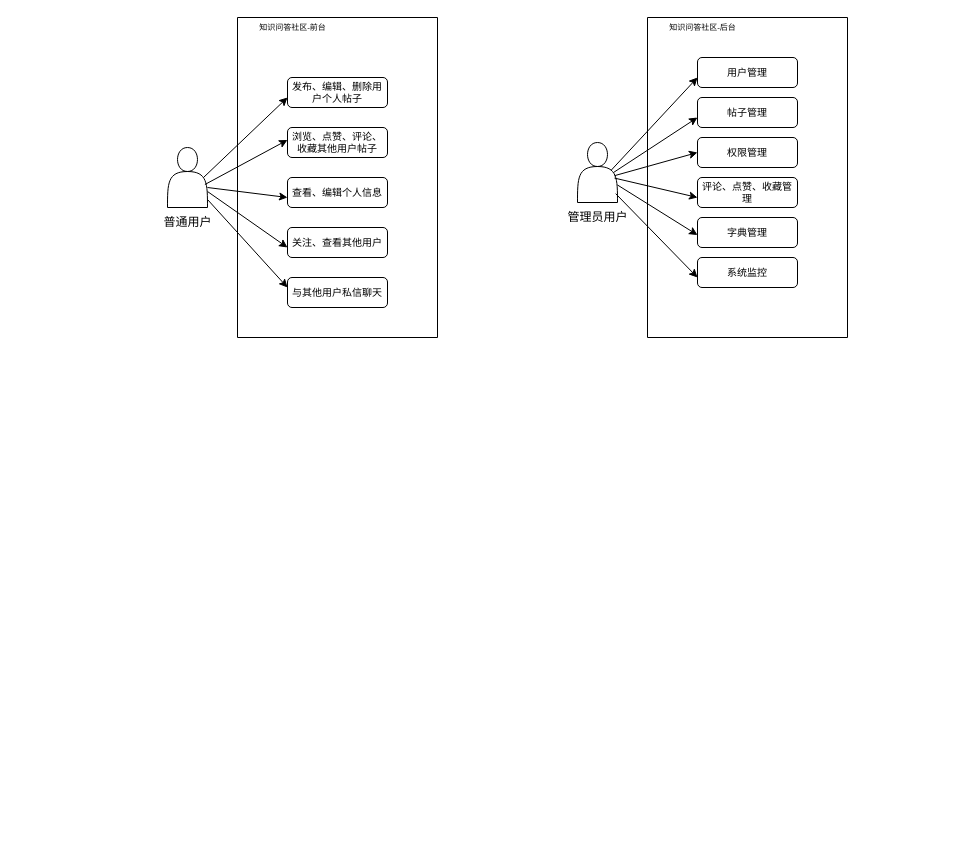
Earlier version of the draw.io diagram 未命名绘图.drawio (linXiao01/img). Source tidied: cells renumbered, new cells numbered last; positions are measured from the earlier drawing's top-left corner, leaving out a move shared by most shapes. Both pictures are drawn from the tidied source at 100%, with x=0, y=0 at pixel (152, 17).
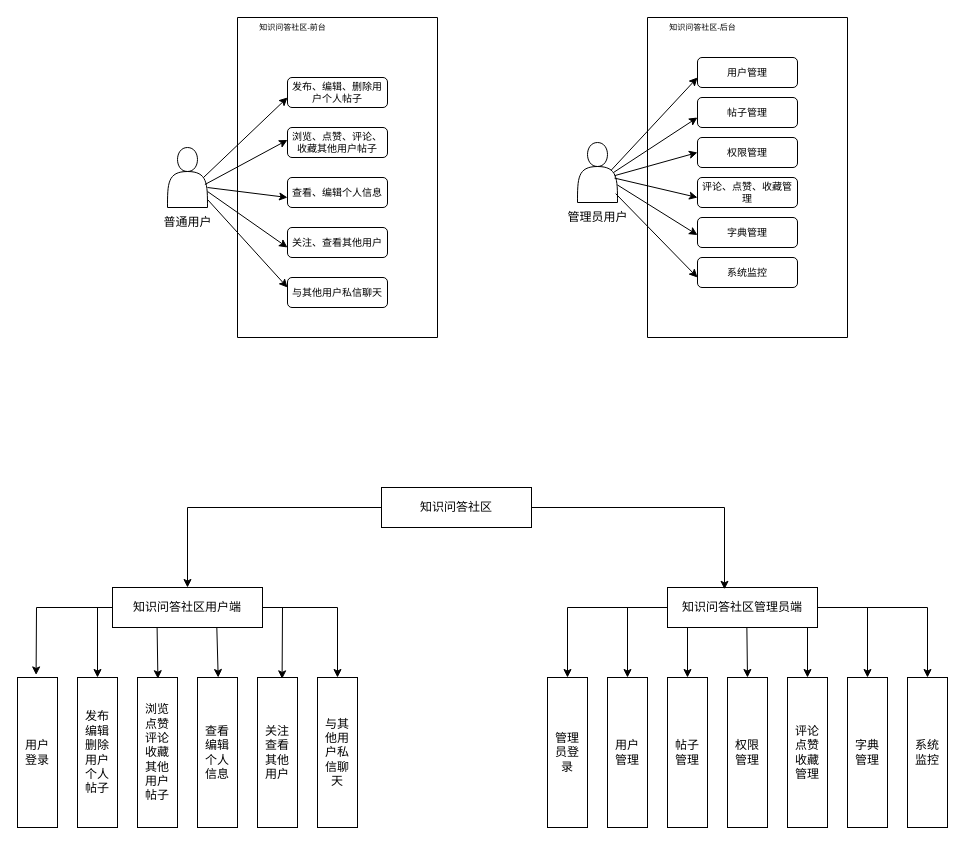
After the change.

What changed in the source:
```diff
@@
+    <mxCell id="33" value="知识问答社区" style="rounded=0;whiteSpace=wrap;html=1;" parent="1" vertex="1">
+      <mxGeometry x="229" y="470" width="150" height="40" as="geometry" />
+    </mxCell>
+    <mxCell id="34" style="edgeStyle=none;rounded=0;orthogonalLoop=1;jettySize=auto;html=1;entryX=0.5;entryY=0;entryDx=0;entryDy=0;exitX=0.691;exitY=0.985;exitDx=0;exitDy=0;exitPerimeter=0;" parent="1" edge="1">
+      <mxGeometry relative="1" as="geometry">
+        <mxPoint x="64.3" y="609.4" as="sourcePoint" />
+        <mxPoint x="65.7" y="660" as="targetPoint" />
+      </mxGeometry>
+    </mxCell>
+    <mxCell id="35" value="知识问答社区用户端" style="rounded=0;whiteSpace=wrap;html=1;" parent="1" vertex="1">
+      <mxGeometry x="-40" y="570" width="150" height="40" as="geometry" />
+    </mxCell>
+    <mxCell id="36" style="edgeStyle=none;rounded=0;jettySize=auto;html=1;entryX=0.5;entryY=0;entryDx=0;entryDy=0;" parent="1" edge="1" source="42" target="55">
+      <mxGeometry relative="1" as="geometry">
+        <Array as="points">
+          <mxPoint x="415" y="590" />
+        </Array>
+      </mxGeometry>
+    </mxCell>
+    <mxCell id="37" style="edgeStyle=none;rounded=0;jettySize=auto;html=1;entryX=0.5;entryY=0;entryDx=0;entryDy=0;" parent="1" edge="1" source="42" target="48">
+      <mxGeometry relative="1" as="geometry">
+        <Array as="points">
+          <mxPoint x="475" y="590" />
+        </Array>
+      </mxGeometry>
+    </mxCell>
+    <mxCell id="38" style="edgeStyle=none;rounded=0;jettySize=auto;html=1;entryX=0.5;entryY=0;entryDx=0;entryDy=0;exitX=0.529;exitY=0.965;exitDx=0;exitDy=0;exitPerimeter=0;" parent="1" edge="1" source="42" target="52">
+      <mxGeometry relative="1" as="geometry" />
+    </mxCell>
+    <mxCell id="39" style="edgeStyle=none;rounded=0;jettySize=auto;html=1;entryX=0.5;entryY=0;entryDx=0;entryDy=0;" parent="1" edge="1" source="42" target="51">
+      <mxGeometry relative="1" as="geometry">
+        <Array as="points">
+          <mxPoint x="655" y="610" />
+        </Array>
+      </mxGeometry>
+    </mxCell>
+    <mxCell id="40" style="edgeStyle=none;rounded=0;jettySize=auto;html=1;entryX=0.5;entryY=0;entryDx=0;entryDy=0;" parent="1" edge="1" source="42" target="50">
+      <mxGeometry relative="1" as="geometry">
+        <Array as="points">
+          <mxPoint x="715" y="590" />
+        </Array>
+      </mxGeometry>
+    </mxCell>
+    <mxCell id="41" style="edgeStyle=none;rounded=0;jettySize=auto;html=1;entryX=0.5;entryY=0;entryDx=0;entryDy=0;" parent="1" edge="1" source="42" target="54">
+      <mxGeometry relative="1" as="geometry">
+        <Array as="points">
+          <mxPoint x="775" y="590" />
+        </Array>
+      </mxGeometry>
+    </mxCell>
+    <mxCell id="42" value="知识问答社区管理员端" style="rounded=0;whiteSpace=wrap;html=1;" parent="1" vertex="1">
+      <mxGeometry x="515" y="570" width="150" height="40" as="geometry" />
+    </mxCell>
+    <mxCell id="43" value="用户&lt;br&gt;登录" style="rounded=0;whiteSpace=wrap;html=1;" parent="1" vertex="1">
+      <mxGeometry x="-135" y="660" width="40" height="150" as="geometry" />
+    </mxCell>
+    <mxCell id="44" value="发布&lt;br&gt;编辑&lt;br&gt;删除&lt;br&gt;用户&lt;br&gt;个人&lt;br&gt;帖子" style="rounded=0;whiteSpace=wrap;html=1;" parent="1" vertex="1">
+      <mxGeometry x="-75" y="660" width="40" height="150" as="geometry" />
+    </mxCell>
+    <mxCell id="45" value="关注&lt;br&gt;查看&lt;br&gt;其他&lt;br&gt;用户" style="rounded=0;whiteSpace=wrap;html=1;" parent="1" vertex="1">
+      <mxGeometry x="105" y="660" width="40" height="150" as="geometry" />
+    </mxCell>
+    <mxCell id="46" value="查看&lt;br&gt;编辑&lt;br&gt;个人&lt;br&gt;信息" style="rounded=0;whiteSpace=wrap;html=1;" parent="1" vertex="1">
+      <mxGeometry x="45" y="660" width="40" height="150" as="geometry" />
+    </mxCell>
+    <mxCell id="47" value="浏览&lt;br&gt;点赞&lt;br&gt;评论&lt;br&gt;收藏&lt;br&gt;其他&lt;br&gt;用户&lt;br&gt;帖子" style="rounded=0;whiteSpace=wrap;html=1;" parent="1" vertex="1">
+      <mxGeometry x="-15" y="660" width="40" height="150" as="geometry" />
+    </mxCell>
+    <mxCell id="48" value="用户&lt;br&gt;管理" style="rounded=0;whiteSpace=wrap;html=1;" parent="1" vertex="1">
+      <mxGeometry x="455" y="660" width="40" height="150" as="geometry" />
+    </mxCell>
+    <mxCell id="49" value="帖子&lt;br&gt;管理" style="rounded=0;whiteSpace=wrap;html=1;" parent="1" vertex="1">
+      <mxGeometry x="515" y="660" width="40" height="150" as="geometry" />
+    </mxCell>
+    <mxCell id="50" value="字典&lt;br&gt;管理" style="rounded=0;whiteSpace=wrap;html=1;" parent="1" vertex="1">
+      <mxGeometry x="695" y="660" width="40" height="150" as="geometry" />
+    </mxCell>
+    <mxCell id="51" value="评论&lt;br&gt;点赞&lt;br&gt;收藏&lt;br&gt;管理" style="rounded=0;whiteSpace=wrap;html=1;" parent="1" vertex="1">
+      <mxGeometry x="635" y="660" width="40" height="150" as="geometry" />
+    </mxCell>
+    <mxCell id="52" value="权限&lt;br&gt;管理" style="rounded=0;whiteSpace=wrap;html=1;" parent="1" vertex="1">
+      <mxGeometry x="575" y="660" width="40" height="150" as="geometry" />
+    </mxCell>
+    <mxCell id="53" value="与其&lt;br&gt;他用&lt;br&gt;户私&lt;br&gt;信聊&lt;br&gt;天" style="rounded=0;whiteSpace=wrap;html=1;" parent="1" vertex="1">
+      <mxGeometry x="165" y="660" width="40" height="150" as="geometry" />
+    </mxCell>
+    <mxCell id="54" value="系统&lt;br&gt;监控" style="rounded=0;whiteSpace=wrap;html=1;" parent="1" vertex="1">
+      <mxGeometry x="755" y="660" width="40" height="150" as="geometry" />
+    </mxCell>
+    <mxCell id="55" value="管理&lt;br&gt;员登&lt;br&gt;录" style="rounded=0;whiteSpace=wrap;html=1;" parent="1" vertex="1">
+      <mxGeometry x="395" y="660" width="40" height="150" as="geometry" />
+    </mxCell>
+    <mxCell id="56" style="edgeStyle=none;rounded=0;jettySize=auto;html=1;entryX=0.5;entryY=0;entryDx=0;entryDy=0;exitX=0;exitY=0.5;exitDx=0;exitDy=0;" parent="1" edge="1" source="33" target="35">
+      <mxGeometry relative="1" as="geometry">
+        <Array as="points">
+          <mxPoint x="35" y="490" />
+        </Array>
+      </mxGeometry>
+    </mxCell>
+    <mxCell id="57" style="edgeStyle=none;rounded=0;jettySize=auto;html=1;entryX=0.38;entryY=0.045;entryDx=0;entryDy=0;entryPerimeter=0;exitX=1;exitY=0.5;exitDx=0;exitDy=0;" parent="1" edge="1" source="33" target="42">
+      <mxGeometry relative="1" as="geometry">
+        <Array as="points">
+          <mxPoint x="572" y="490" />
+        </Array>
+      </mxGeometry>
+    </mxCell>
+    <mxCell id="58" style="edgeStyle=none;rounded=0;jettySize=auto;html=1;entryX=0.465;entryY=-0.017;entryDx=0;entryDy=0;entryPerimeter=0;" parent="1" edge="1" source="35" target="43">
+      <mxGeometry relative="1" as="geometry">
+        <Array as="points">
+          <mxPoint x="-116" y="590" />
+        </Array>
+      </mxGeometry>
+    </mxCell>
+    <mxCell id="59" style="edgeStyle=none;rounded=0;jettySize=auto;html=1;entryX=0.5;entryY=0;entryDx=0;entryDy=0;exitX=0;exitY=0.5;exitDx=0;exitDy=0;" parent="1" edge="1" source="35" target="44">
+      <mxGeometry relative="1" as="geometry">
+        <Array as="points">
+          <mxPoint x="-55" y="590" />
+        </Array>
+      </mxGeometry>
+    </mxCell>
+    <mxCell id="60" style="edgeStyle=none;rounded=0;orthogonalLoop=1;jettySize=auto;html=1;entryX=0.425;entryY=0.015;entryDx=0;entryDy=0;entryPerimeter=0;exitX=0.275;exitY=1.025;exitDx=0;exitDy=0;exitPerimeter=0;" parent="1" edge="1">
+      <mxGeometry relative="1" as="geometry">
+        <mxPoint x="4.6" y="610" as="sourcePoint" />
+        <mxPoint x="5.4" y="661.2" as="targetPoint" />
+      </mxGeometry>
+    </mxCell>
+    <mxCell id="61" style="edgeStyle=none;rounded=0;jettySize=auto;html=1;entryX=0.615;entryY=0.009;entryDx=0;entryDy=0;entryPerimeter=0;exitX=1;exitY=0.5;exitDx=0;exitDy=0;" parent="1" edge="1" source="35" target="45">
+      <mxGeometry relative="1" as="geometry">
+        <Array as="points">
+          <mxPoint x="130" y="590" />
+        </Array>
+      </mxGeometry>
+    </mxCell>
+    <mxCell id="62" style="edgeStyle=none;rounded=0;jettySize=auto;html=1;entryX=0.5;entryY=0;entryDx=0;entryDy=0;" parent="1" edge="1" target="53">
+      <mxGeometry relative="1" as="geometry">
+        <mxPoint x="115" y="590" as="sourcePoint" />
+        <Array as="points">
+          <mxPoint x="185" y="590" />
+        </Array>
+      </mxGeometry>
+    </mxCell>
+    <mxCell id="63" style="edgeStyle=none;rounded=0;jettySize=auto;html=1;entryX=0.5;entryY=0;entryDx=0;entryDy=0;" parent="1" edge="1" source="42" target="49">
+      <mxGeometry relative="1" as="geometry">
+        <Array as="points">
+          <mxPoint x="535" y="610" />
+        </Array>
+      </mxGeometry>
+    </mxCell>
```
